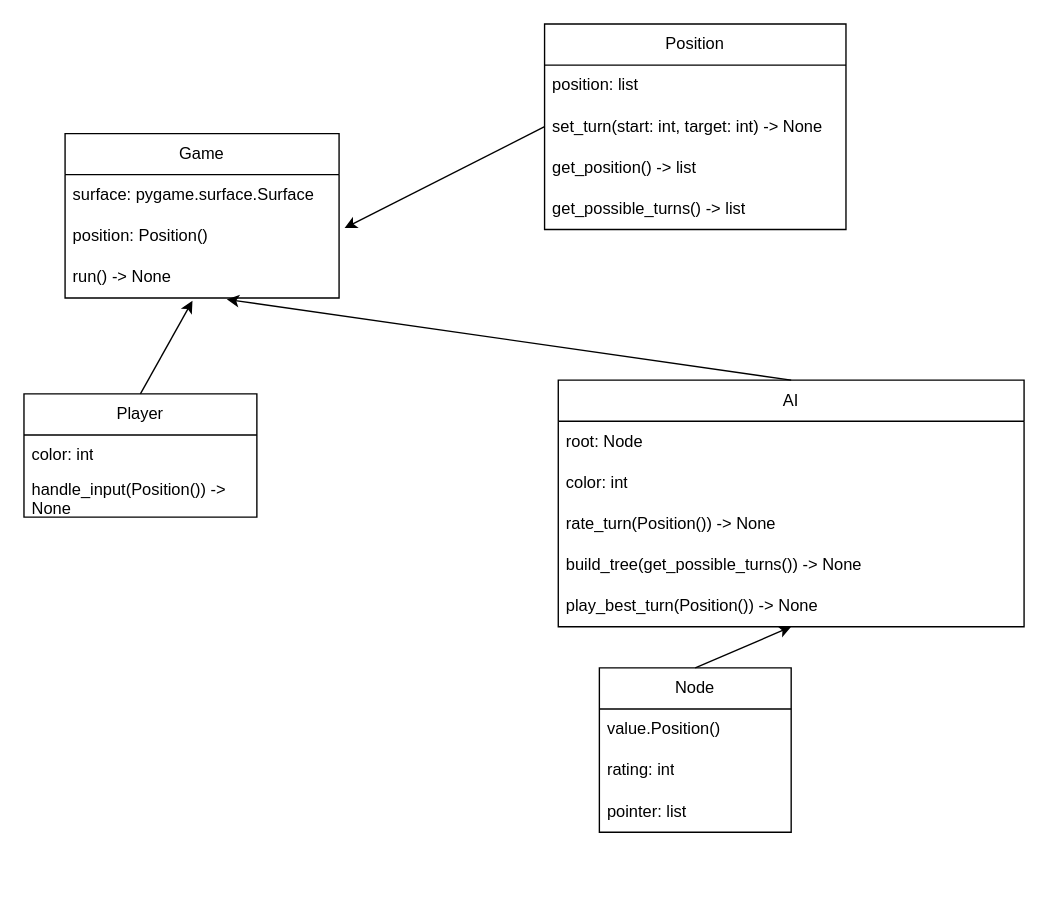
This is class_diagramm.drawio from Vincent-von-Schmidt/mini_chess, a draw.io file, before an edit. Source tidied: cells renumbered, new cells numbered last; positions are measured from the earlier drawing's top-left corner, leaving out a move shared by most shapes. Both pictures are drawn from the tidied source at 137%, with x=0, y=0 at pixel (23, 23).
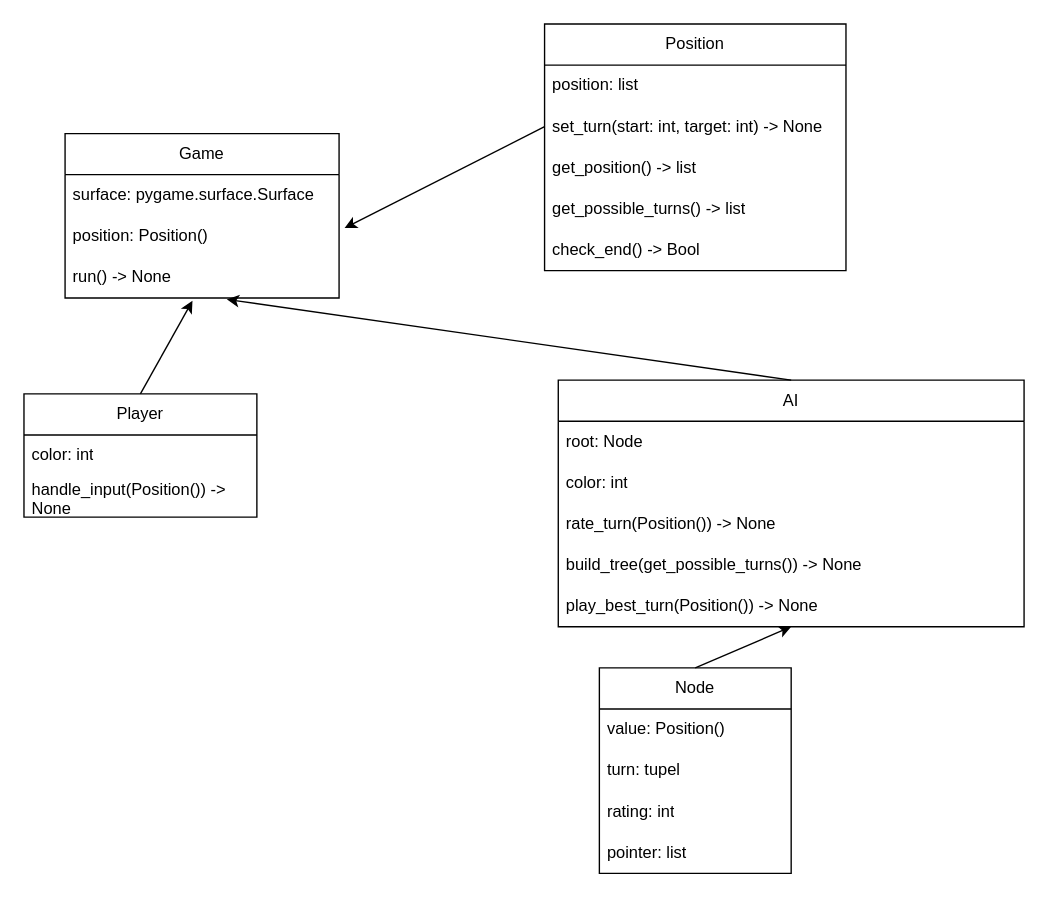
The same diagram, later.

What changed in the source:
```diff
@@
     <mxCell id="9" value="Position" style="swimlane;fontStyle=0;horizontal=1;startSize=30;whiteSpace=wrap;html=1;" parent="1" vertex="1">
-      <mxGeometry x="380" width="220" height="150" as="geometry" />
+      <mxGeometry x="380" width="220" height="180" as="geometry" />
     </mxCell>
@@
+    <mxCell id="28" value="check_end() -&amp;gt; Bool" style="text;strokeColor=none;fillColor=none;align=left;verticalAlign=middle;spacingLeft=4;spacingRight=4;overflow=hidden;whiteSpace=wrap;html=1;" parent="9" vertex="1">
+      <mxGeometry y="150" width="220" height="30" as="geometry" />
+    </mxCell>
@@
     <mxCell id="20" value="Node" style="swimlane;fontStyle=0;horizontal=1;startSize=30;whiteSpace=wrap;html=1;" parent="1" vertex="1">
-      <mxGeometry x="420" y="470" width="140" height="120" as="geometry" />
+      <mxGeometry x="420" y="470" width="140" height="150" as="geometry" />
     </mxCell>
-    <mxCell id="21" value="value.Position()" style="text;strokeColor=none;fillColor=none;align=left;verticalAlign=middle;spacingLeft=4;spacingRight=4;overflow=hidden;whiteSpace=wrap;html=1;" parent="20" vertex="1">
+    <mxCell id="21" value="value: Position()" style="text;strokeColor=none;fillColor=none;align=left;verticalAlign=middle;spacingLeft=4;spacingRight=4;overflow=hidden;whiteSpace=wrap;html=1;" parent="20" vertex="1">
       <mxGeometry y="30" width="140" height="30" as="geometry" />
     </mxCell>
+    <mxCell id="29" value="turn: tupel" style="text;strokeColor=none;fillColor=none;align=left;verticalAlign=middle;spacingLeft=4;spacingRight=4;overflow=hidden;whiteSpace=wrap;html=1;" parent="20" vertex="1">
+      <mxGeometry y="60" width="140" height="30" as="geometry" />
+    </mxCell>
     <mxCell id="22" value="rating: int" style="text;strokeColor=none;fillColor=none;align=left;verticalAlign=middle;spacingLeft=4;spacingRight=4;overflow=hidden;whiteSpace=wrap;html=1;" parent="20" vertex="1">
-      <mxGeometry y="60" width="140" height="30" as="geometry" />
+      <mxGeometry y="90" width="140" height="30" as="geometry" />
     </mxCell>
     <mxCell id="23" value="pointer: list" style="text;strokeColor=none;fillColor=none;align=left;verticalAlign=middle;spacingLeft=4;spacingRight=4;overflow=hidden;whiteSpace=wrap;html=1;" parent="20" vertex="1">
-      <mxGeometry y="90" width="140" height="30" as="geometry" />
+      <mxGeometry y="120" width="140" height="30" as="geometry" />
     </mxCell>
```
